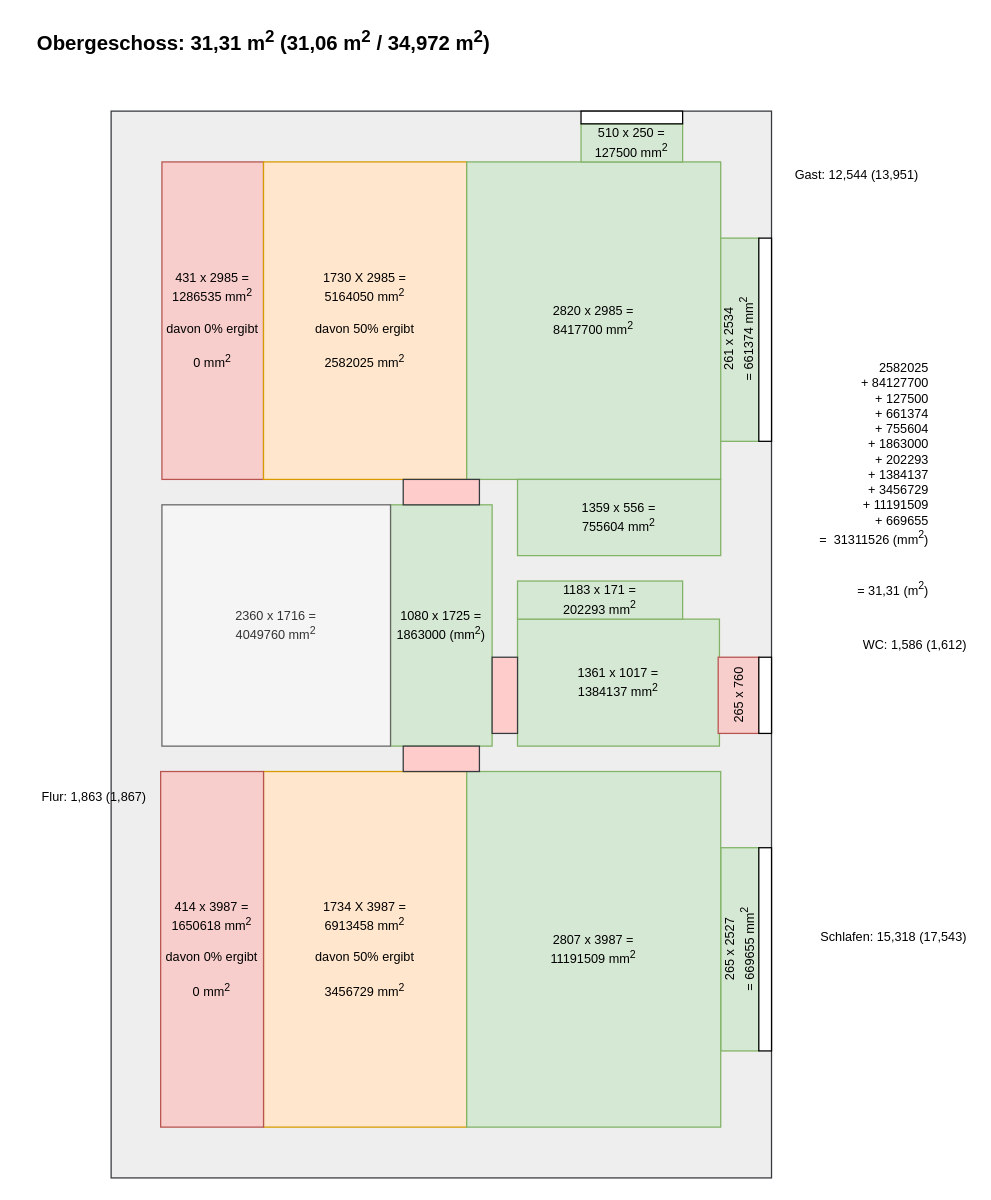
This is page "Obergeschoss" (2 of 2) of ruderzimmer.drawio from episcopus2001/wohnflaeche, a draw.io file, before an edit. Source tidied: cells renumbered, new cells numbered last; positions are measured from the earlier drawing's top-left corner, leaving out a move shared by most shapes. Both pictures are drawn from the tidied source at 127%, with x=0, y=0 at pixel (22, 22).
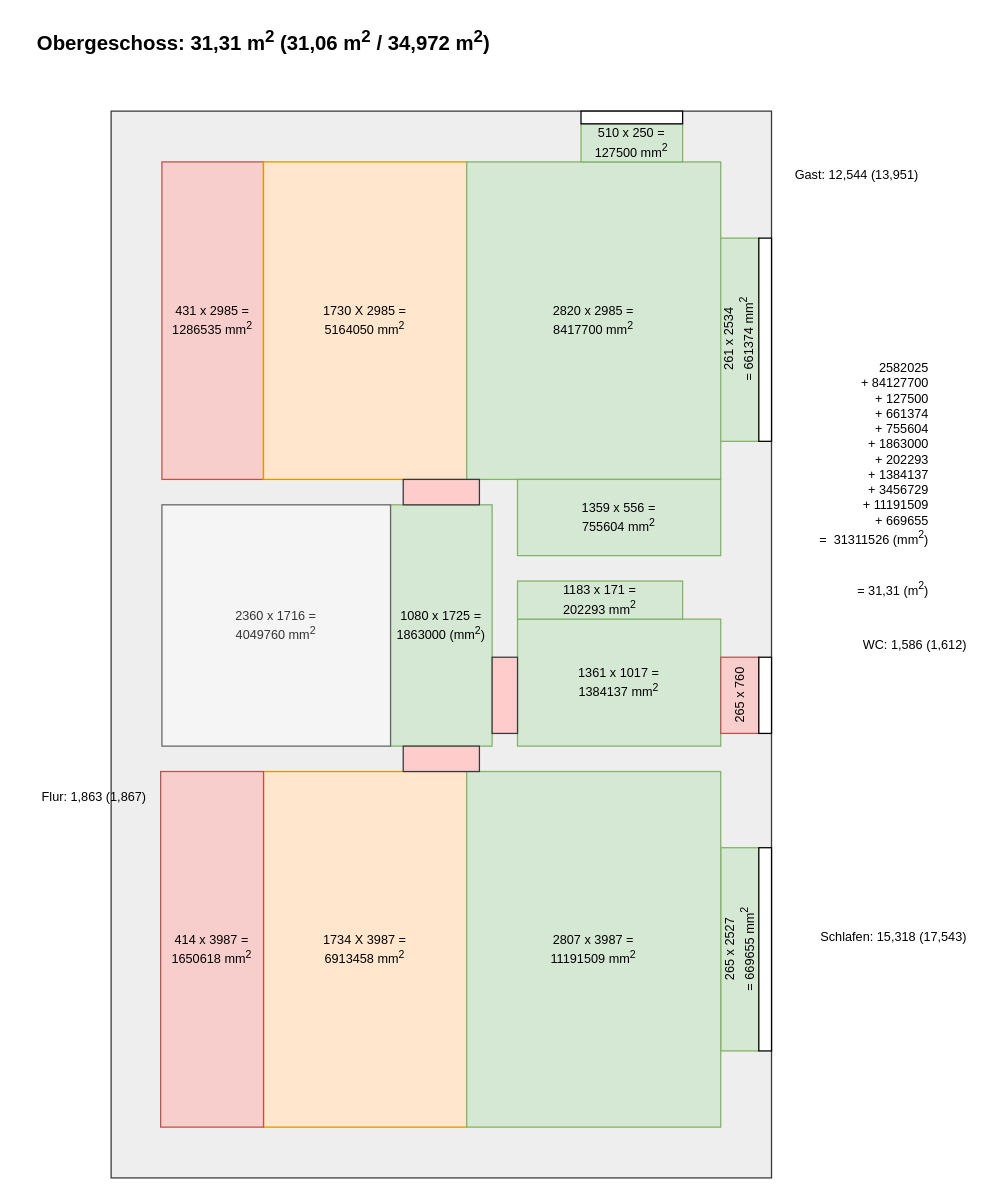
After the change.

Diff of the diagram source:
```diff
@@
-    <mxCell id="5" value="1734 X 3987 =&lt;br&gt;6913458 mm&lt;sup&gt;2&lt;/sup&gt;&lt;br&gt;&lt;br&gt;&lt;div&gt;davon 50% ergibt&lt;/div&gt;&lt;div&gt;&lt;br&gt;&lt;/div&gt;&lt;div&gt;3456729 mm&lt;sup&gt;2&lt;/sup&gt;&lt;/div&gt;" style="rounded=0;whiteSpace=wrap;html=1;fillColor=#ffe6cc;strokeColor=#d79b00;fontSize=10;" parent="1" vertex="1">
+    <mxCell id="5" value="1734 X 3987 =&lt;br&gt;6913458 mm&lt;sup&gt;2&lt;/sup&gt;" style="rounded=0;whiteSpace=wrap;html=1;fillColor=#ffe6cc;strokeColor=#d79b00;fontSize=10;" parent="1" vertex="1">
       <mxGeometry x="190" y="590" width="160" height="280" as="geometry" />
     </mxCell>
@@
-    <mxCell id="8" value="&lt;div&gt;431 x 2985 =&lt;br&gt;1286535 mm&lt;sup&gt;2&lt;/sup&gt;&lt;br&gt;&lt;/div&gt;&lt;div&gt;&lt;br&gt;&lt;/div&gt;&lt;div&gt;davon 0% ergibt&lt;/div&gt;&lt;div&gt;&lt;br&gt;&lt;/div&gt;&lt;div&gt;0 mm&lt;sup&gt;2&lt;/sup&gt;&lt;br&gt;&lt;/div&gt;" style="rounded=0;whiteSpace=wrap;html=1;fillColor=#f8cecc;strokeColor=#b85450;fontSize=10;" parent="1" vertex="1">
+    <mxCell id="8" value="&lt;div&gt;431 x 2985 =&lt;br&gt;1286535 mm&lt;sup&gt;2&lt;/sup&gt;&lt;br&gt;&lt;/div&gt;" style="rounded=0;whiteSpace=wrap;html=1;fillColor=#f8cecc;strokeColor=#b85450;fontSize=10;" parent="1" vertex="1">
       <mxGeometry x="110" y="110" width="80" height="250" as="geometry" />
     </mxCell>
@@
-    <mxCell id="10" value="1730 X 2985 =&lt;br&gt;5164050 mm&lt;sup&gt;2&lt;/sup&gt;&lt;br&gt;&lt;br&gt;&lt;div&gt;davon 50% ergibt&lt;/div&gt;&lt;div&gt;&lt;br&gt;&lt;/div&gt;&lt;div&gt;2582025 mm&lt;sup&gt;2&lt;/sup&gt;&lt;/div&gt;" style="rounded=0;whiteSpace=wrap;html=1;fillColor=#ffe6cc;strokeColor=#d79b00;fontSize=10;" parent="1" vertex="1">
+    <mxCell id="10" value="1730 X 2985 =&lt;br&gt;5164050 mm&lt;sup&gt;2&lt;/sup&gt;" style="rounded=0;whiteSpace=wrap;html=1;fillColor=#ffe6cc;strokeColor=#d79b00;fontSize=10;" parent="1" vertex="1">
       <mxGeometry x="190" y="110" width="160" height="250" as="geometry" />
     </mxCell>
@@
     <mxCell id="13" value="1361 x 1017 =&lt;br&gt;1384137 mm&lt;sup&gt;2&lt;/sup&gt;" style="rounded=0;whiteSpace=wrap;html=1;fillColor=#d5e8d4;strokeColor=#82b366;fontSize=10;" parent="1" vertex="1">
-      <mxGeometry x="390" y="470" width="159" height="100" as="geometry" />
+      <mxGeometry x="390" y="470" width="160" height="100" as="geometry" />
     </mxCell>
@@
     <mxCell id="15" value="265 x 760" style="rounded=0;whiteSpace=wrap;html=1;fillColor=#f8cecc;strokeColor=#b85450;fontSize=10;horizontal=0;" parent="1" vertex="1">
-      <mxGeometry x="548" y="500" width="32" height="60" as="geometry" />
+      <mxGeometry x="550" y="500" width="30" height="60" as="geometry" />
     </mxCell>
@@
-    <mxCell id="26" value="&lt;div&gt;414 x 3987 =&lt;br&gt;1650618 mm&lt;sup&gt;2&lt;/sup&gt;&lt;br&gt;&lt;/div&gt;&lt;div&gt;&lt;br&gt;&lt;/div&gt;&lt;div&gt;davon 0% ergibt&lt;/div&gt;&lt;div&gt;&lt;br&gt;&lt;/div&gt;&lt;div&gt;0 mm&lt;sup&gt;2&lt;/sup&gt;&lt;br&gt;&lt;/div&gt;" style="rounded=0;whiteSpace=wrap;html=1;fillColor=#f8cecc;strokeColor=#b85450;fontSize=10;" parent="1" vertex="1">
+    <mxCell id="26" value="&lt;div&gt;414 x 3987 =&lt;br&gt;1650618 mm&lt;sup&gt;2&lt;/sup&gt;&lt;br&gt;&lt;/div&gt;" style="rounded=0;whiteSpace=wrap;html=1;fillColor=#f8cecc;strokeColor=#b85450;fontSize=10;" parent="1" vertex="1">
       <mxGeometry x="109" y="590" width="81" height="280" as="geometry" />
     </mxCell>
```
